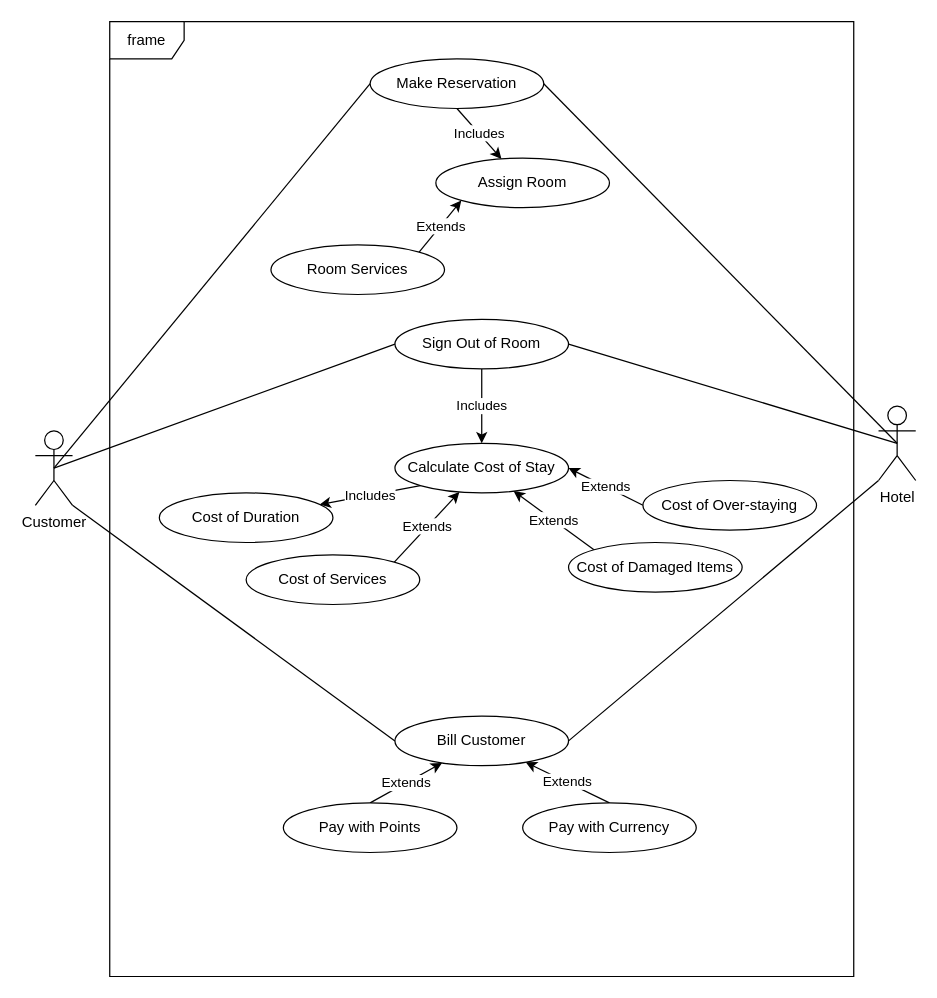
Darren-ODonnell/BusinessModellingDiagrams keeps this draw.io diagram as Untitled Diagram.drawio. Above is the earlier version. Source tidied: cells renumbered, new cells numbered last; positions are measured from the earlier drawing's top-left corner, leaving out a move shared by most shapes. Both pictures are drawn from the tidied source at 124%, with x=0, y=0 at pixel (35, 21).
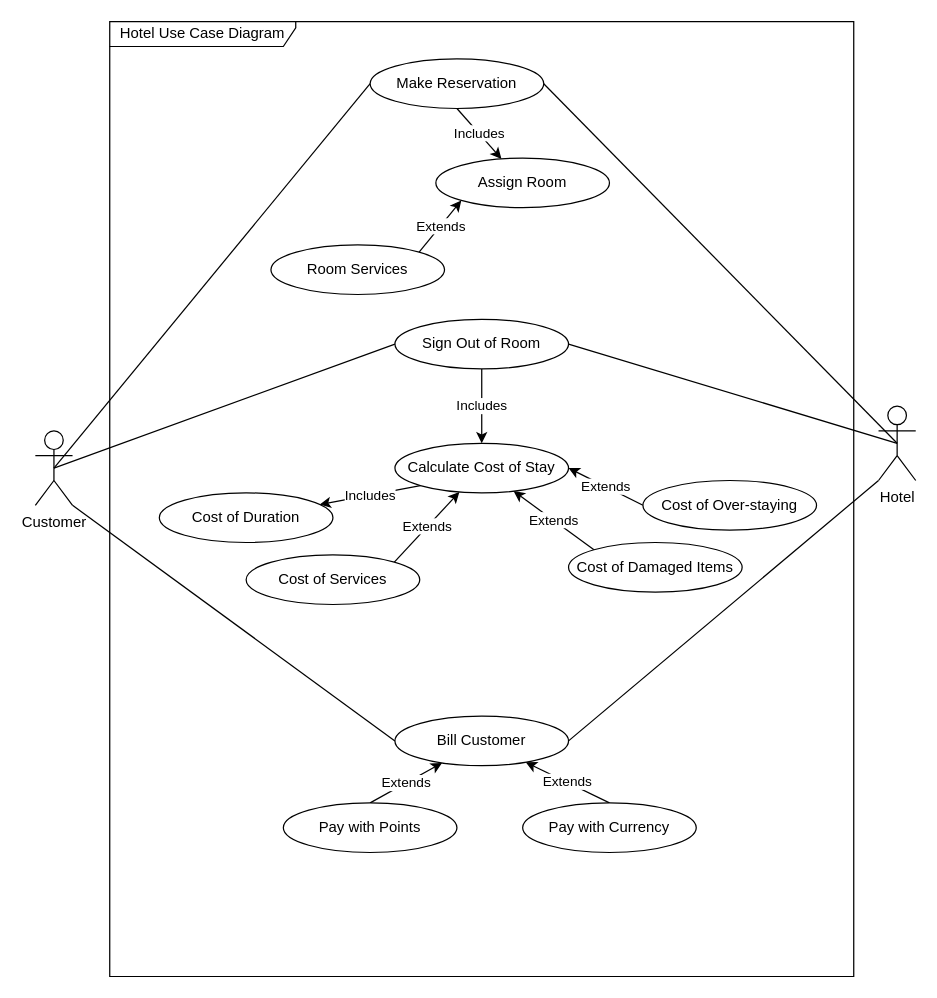
The same page after the edit.

Commit message:
Hotel Use Case Diagram.drawio

What changed in the source:
```diff
@@
-    <mxCell id="2" value="frame" style="shape=umlFrame;whiteSpace=wrap;html=1;fillColor=default;strokeColor=default;fontColor=default;" parent="1" vertex="1">
+    <mxCell id="2" value="Hotel Use Case Diagram" style="shape=umlFrame;whiteSpace=wrap;html=1;fillColor=default;strokeColor=default;fontColor=default;width=150;height=20;" parent="1" vertex="1">
       <mxGeometry x="60" width="600" height="770" as="geometry" />
     </mxCell>
```
